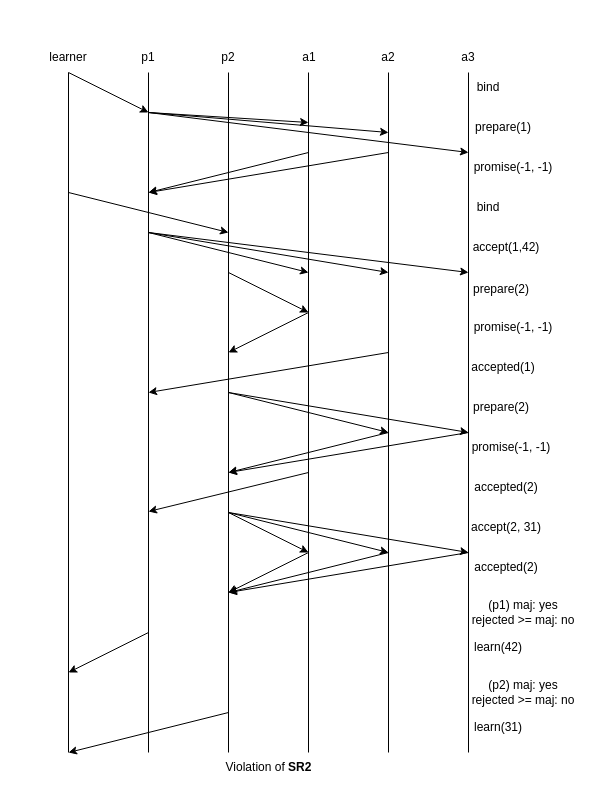
This is designDocs/paxos_1.drawio from matt-neave/verificationAwareElixir, a draw.io file, before an edit. Source tidied: cells renumbered, new cells numbered last; positions are measured from the earlier drawing's top-left corner, leaving out a move shared by most shapes. Both pictures are drawn from the tidied source at 100%, with x=0, y=0 at pixel (38, 42).
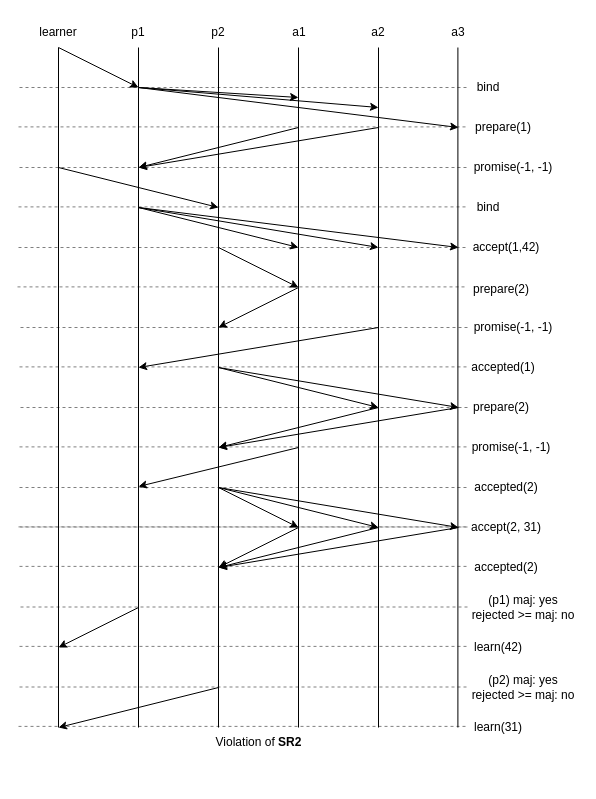
The same page after the edit.

The change refers to these unchanged cells:
```xml
<mxCell id="32" value="promise(-1, -1)" style="text;html=1;align=center;verticalAlign=middle;whiteSpace=wrap;rounded=0;" parent="1" vertex="1">
  <mxGeometry x="430" y="390" width="86" height="30" as="geometry" />
</mxCell>
```

The edit, as a diff of the source:
```diff
@@
     <mxCell id="2" style="endArrow=none;html=1;rounded=0;" parent="1" edge="1">
       <mxGeometry relative="1" as="geometry">
-        <mxPoint x="110" y="710" as="sourcePoint" />
-        <mxPoint x="110" y="30" as="targetPoint" />
+        <mxPoint x="100" y="685" as="sourcePoint" />
+        <mxPoint x="100" y="5" as="targetPoint" />
       </mxGeometry>
     </mxCell>
     <mxCell id="3" value="p1" style="text;html=1;align=center;verticalAlign=middle;whiteSpace=wrap;rounded=0;" parent="1" vertex="1">
-      <mxGeometry x="80" width="60" height="30" as="geometry" />
+      <mxGeometry x="70" y="-25" width="60" height="30" as="geometry" />
     </mxCell>
     <mxCell id="4" style="endArrow=none;html=1;rounded=0;" parent="1" edge="1">
       <mxGeometry relative="1" as="geometry">
-        <mxPoint x="190" y="710" as="sourcePoint" />
-        <mxPoint x="190" y="30" as="targetPoint" />
+        <mxPoint x="180" y="685" as="sourcePoint" />
+        <mxPoint x="180" y="5" as="targetPoint" />
       </mxGeometry>
     </mxCell>
     <mxCell id="5" value="p2" style="text;html=1;align=center;verticalAlign=middle;whiteSpace=wrap;rounded=0;" parent="1" vertex="1">
-      <mxGeometry x="160" width="60" height="30" as="geometry" />
+      <mxGeometry x="150" y="-25" width="60" height="30" as="geometry" />
     </mxCell>
     <mxCell id="6" style="endArrow=none;html=1;rounded=0;" parent="1" edge="1">
       <mxGeometry relative="1" as="geometry">
-        <mxPoint x="270" y="710" as="sourcePoint" />
-        <mxPoint x="270" y="30" as="targetPoint" />
+        <mxPoint x="260" y="685" as="sourcePoint" />
+        <mxPoint x="260" y="5" as="targetPoint" />
       </mxGeometry>
     </mxCell>
     <mxCell id="7" value="a1" style="text;html=1;align=center;verticalAlign=middle;whiteSpace=wrap;rounded=0;" parent="1" vertex="1">
-      <mxGeometry x="241" width="60" height="30" as="geometry" />
+      <mxGeometry x="231" y="-25" width="60" height="30" as="geometry" />
     </mxCell>
     <mxCell id="8" style="endArrow=none;html=1;rounded=0;" parent="1" edge="1">
       <mxGeometry relative="1" as="geometry">
-        <mxPoint x="350" y="710" as="sourcePoint" />
-        <mxPoint x="350" y="30" as="targetPoint" />
+        <mxPoint x="340" y="685" as="sourcePoint" />
+        <mxPoint x="340" y="5" as="targetPoint" />
       </mxGeometry>
     </mxCell>
     <mxCell id="9" value="a2" style="text;html=1;align=center;verticalAlign=middle;whiteSpace=wrap;rounded=0;" parent="1" vertex="1">
-      <mxGeometry x="320" width="60" height="30" as="geometry" />
+      <mxGeometry x="310" y="-25" width="60" height="30" as="geometry" />
     </mxCell>
-    <mxCell id="10" style="endArrow=none;html=1;rounded=0;" parent="1" edge="1">
-      <mxGeometry relative="1" as="geometry">
-        <mxPoint x="430" y="710" as="sourcePoint" />
-        <mxPoint x="430" y="30" as="targetPoint" />
-      </mxGeometry>
-    </mxCell>
     <mxCell id="11" value="a3" style="text;html=1;align=center;verticalAlign=middle;whiteSpace=wrap;rounded=0;" parent="1" vertex="1">
-      <mxGeometry x="400" width="60" height="30" as="geometry" />
+      <mxGeometry x="390" y="-25" width="60" height="30" as="geometry" />
     </mxCell>
     <mxCell id="12" style="endArrow=none;html=1;rounded=0;" parent="1" edge="1">
       <mxGeometry relative="1" as="geometry">
-        <mxPoint x="30" y="710" as="sourcePoint" />
-        <mxPoint x="30" y="30" as="targetPoint" />
+        <mxPoint x="20" y="685" as="sourcePoint" />
+        <mxPoint x="20" y="5" as="targetPoint" />
       </mxGeometry>
     </mxCell>
     <mxCell id="13" value="learner" style="text;html=1;align=center;verticalAlign=middle;whiteSpace=wrap;rounded=0;" parent="1" vertex="1">
-      <mxGeometry width="60" height="30" as="geometry" />
+      <mxGeometry x="-10" y="-25" width="60" height="30" as="geometry" />
     </mxCell>
     <mxCell id="14" style="endArrow=classic;html=1;rounded=0;exitX=0.5;exitY=1;exitDx=0;exitDy=0;" parent="1" edge="1" source="13">
       <mxGeometry relative="1" as="geometry">
-        <mxPoint x="110" y="70" as="targetPoint" />
+        <mxPoint x="100" y="45" as="targetPoint" />
       </mxGeometry>
     </mxCell>
@@
     <mxCell id="16" style="endArrow=classic;html=1;rounded=0;" parent="1" edge="1">
       <mxGeometry relative="1" as="geometry">
-        <mxPoint x="110" y="70" as="sourcePoint" />
-        <mxPoint x="270" y="80" as="targetPoint" />
+        <mxPoint x="100" y="45" as="sourcePoint" />
+        <mxPoint x="260" y="55" as="targetPoint" />
       </mxGeometry>
     </mxCell>
     <mxCell id="17" style="endArrow=classic;html=1;rounded=0;" parent="1" edge="1">
       <mxGeometry relative="1" as="geometry">
-        <mxPoint x="110" y="70" as="sourcePoint" />
-        <mxPoint x="350" y="90" as="targetPoint" />
+        <mxPoint x="100" y="45" as="sourcePoint" />
+        <mxPoint x="340" y="65" as="targetPoint" />
       </mxGeometry>
     </mxCell>
     <mxCell id="18" style="endArrow=classic;html=1;rounded=0;" parent="1" edge="1">
       <mxGeometry relative="1" as="geometry">
-        <mxPoint x="110" y="70" as="sourcePoint" />
-        <mxPoint x="430" y="110" as="targetPoint" />
+        <mxPoint x="100" y="45" as="sourcePoint" />
+        <mxPoint x="420" y="85" as="targetPoint" />
       </mxGeometry>
     </mxCell>
@@
     <mxCell id="20" style="endArrow=classic;html=1;rounded=0;" parent="1" edge="1">
       <mxGeometry relative="1" as="geometry">
-        <mxPoint x="270" y="110" as="sourcePoint" />
-        <mxPoint x="110" y="150" as="targetPoint" />
+        <mxPoint x="260" y="85" as="sourcePoint" />
+        <mxPoint x="100" y="125" as="targetPoint" />
       </mxGeometry>
     </mxCell>
@@
     <mxCell id="22" style="endArrow=classic;html=1;rounded=0;" parent="1" edge="1">
       <mxGeometry relative="1" as="geometry">
-        <mxPoint x="350" y="110" as="sourcePoint" />
-        <mxPoint x="110" y="150" as="targetPoint" />
+        <mxPoint x="340" y="85" as="sourcePoint" />
+        <mxPoint x="100" y="125" as="targetPoint" />
       </mxGeometry>
     </mxCell>
     <mxCell id="23" style="endArrow=classic;html=1;rounded=0;" parent="1" edge="1">
       <mxGeometry relative="1" as="geometry">
-        <mxPoint x="30" y="150" as="sourcePoint" />
-        <mxPoint x="190" y="190" as="targetPoint" />
+        <mxPoint x="20" y="125" as="sourcePoint" />
+        <mxPoint x="180" y="165" as="targetPoint" />
       </mxGeometry>
     </mxCell>
@@
     <mxCell id="25" style="endArrow=classic;html=1;rounded=0;" parent="1" edge="1">
       <mxGeometry relative="1" as="geometry">
-        <mxPoint x="190" y="230" as="sourcePoint" />
-        <mxPoint x="270" y="270" as="targetPoint" />
+        <mxPoint x="180" y="205" as="sourcePoint" />
+        <mxPoint x="260" y="245" as="targetPoint" />
       </mxGeometry>
     </mxCell>
     <mxCell id="26" style="endArrow=classic;html=1;rounded=0;" parent="1" edge="1">
       <mxGeometry relative="1" as="geometry">
-        <mxPoint x="270" y="270" as="sourcePoint" />
-        <mxPoint x="190" y="310" as="targetPoint" />
+        <mxPoint x="260" y="245" as="sourcePoint" />
+        <mxPoint x="180" y="285" as="targetPoint" />
       </mxGeometry>
     </mxCell>
     <mxCell id="27" style="endArrow=classic;html=1;rounded=0;" parent="1" edge="1">
       <mxGeometry relative="1" as="geometry">
-        <mxPoint x="350" y="310" as="sourcePoint" />
-        <mxPoint x="110" y="350" as="targetPoint" />
+        <mxPoint x="340" y="285" as="sourcePoint" />
+        <mxPoint x="100" y="325" as="targetPoint" />
       </mxGeometry>
     </mxCell>
@@
     <mxCell id="31" style="endArrow=classic;html=1;rounded=0;" parent="1" edge="1">
       <mxGeometry relative="1" as="geometry">
-        <mxPoint x="350" y="390" as="sourcePoint" />
-        <mxPoint x="190" y="430" as="targetPoint" />
+        <mxPoint x="340" y="365" as="sourcePoint" />
+        <mxPoint x="180" y="405" as="targetPoint" />
       </mxGeometry>
     </mxCell>
@@
     <mxCell id="33" style="endArrow=classic;html=1;rounded=0;" parent="1" edge="1">
       <mxGeometry relative="1" as="geometry">
-        <mxPoint x="430" y="390" as="sourcePoint" />
-        <mxPoint x="190" y="430" as="targetPoint" />
+        <mxPoint x="420" y="365" as="sourcePoint" />
+        <mxPoint x="180" y="405" as="targetPoint" />
       </mxGeometry>
     </mxCell>
     <mxCell id="34" style="endArrow=classic;html=1;rounded=0;" parent="1" edge="1">
       <mxGeometry relative="1" as="geometry">
-        <mxPoint x="270" y="430" as="sourcePoint" />
-        <mxPoint x="110" y="469" as="targetPoint" />
+        <mxPoint x="260" y="405" as="sourcePoint" />
+        <mxPoint x="100" y="444" as="targetPoint" />
       </mxGeometry>
     </mxCell>
@@
     <mxCell id="36" style="endArrow=classic;html=1;rounded=0;" parent="1" edge="1">
       <mxGeometry relative="1" as="geometry">
-        <mxPoint x="270" y="510" as="sourcePoint" />
-        <mxPoint x="190" y="550" as="targetPoint" />
+        <mxPoint x="260" y="485" as="sourcePoint" />
+        <mxPoint x="180" y="525" as="targetPoint" />
       </mxGeometry>
     </mxCell>
     <mxCell id="37" style="endArrow=classic;html=1;rounded=0;" parent="1" edge="1">
       <mxGeometry relative="1" as="geometry">
-        <mxPoint x="350" y="510" as="sourcePoint" />
-        <mxPoint x="190" y="550" as="targetPoint" />
+        <mxPoint x="340" y="485" as="sourcePoint" />
+        <mxPoint x="180" y="525" as="targetPoint" />
       </mxGeometry>
     </mxCell>
     <mxCell id="38" style="endArrow=classic;html=1;rounded=0;" parent="1" edge="1">
       <mxGeometry relative="1" as="geometry">
-        <mxPoint x="430" y="510" as="sourcePoint" />
-        <mxPoint x="190" y="550" as="targetPoint" />
+        <mxPoint x="420" y="485" as="sourcePoint" />
+        <mxPoint x="180" y="525" as="targetPoint" />
       </mxGeometry>
     </mxCell>
@@
     <mxCell id="40" style="endArrow=classic;html=1;rounded=0;" parent="1" edge="1">
       <mxGeometry relative="1" as="geometry">
-        <mxPoint x="110" y="590" as="sourcePoint" />
-        <mxPoint x="30" y="630" as="targetPoint" />
+        <mxPoint x="100" y="565" as="sourcePoint" />
+        <mxPoint x="20" y="605" as="targetPoint" />
       </mxGeometry>
     </mxCell>
     <mxCell id="41" style="endArrow=classic;html=1;rounded=0;" parent="1" edge="1">
       <mxGeometry relative="1" as="geometry">
-        <mxPoint x="190" y="670" as="sourcePoint" />
-        <mxPoint x="30" y="710" as="targetPoint" />
+        <mxPoint x="180" y="645" as="sourcePoint" />
+        <mxPoint x="20" y="685" as="targetPoint" />
       </mxGeometry>
     </mxCell>
@@
     <mxCell id="44" value="(p1) maj: yes&lt;div&gt;rejected &amp;gt;= maj: no&lt;/div&gt;" style="text;html=1;align=center;verticalAlign=middle;whiteSpace=wrap;rounded=0;" parent="1" vertex="1">
-      <mxGeometry x="430" y="550" width="110" height="40" as="geometry" />
+      <mxGeometry x="430" y="545" width="110" height="40" as="geometry" />
     </mxCell>
     <mxCell id="45" value="(p2) maj: yes&lt;div&gt;rejected &amp;gt;= maj: no&lt;/div&gt;" style="text;html=1;align=center;verticalAlign=middle;whiteSpace=wrap;rounded=0;" parent="1" vertex="1">
-      <mxGeometry x="430" y="630" width="110" height="40" as="geometry" />
+      <mxGeometry x="430" y="625" width="110" height="40" as="geometry" />
     </mxCell>
     <mxCell id="46" value="Violation of &lt;b&gt;SR2&lt;/b&gt;" style="text;html=1;align=center;verticalAlign=middle;whiteSpace=wrap;rounded=0;" parent="1" vertex="1">
-      <mxGeometry x="160" y="710" width="141" height="30" as="geometry" />
+      <mxGeometry x="150" y="685" width="141" height="30" as="geometry" />
     </mxCell>
     <mxCell id="47" style="endArrow=classic;html=1;rounded=0;" parent="1" edge="1">
       <mxGeometry relative="1" as="geometry">
-        <mxPoint x="190" y="470" as="sourcePoint" />
-        <mxPoint x="270" y="510" as="targetPoint" />
+        <mxPoint x="180" y="445" as="sourcePoint" />
+        <mxPoint x="260" y="485" as="targetPoint" />
       </mxGeometry>
     </mxCell>
     <mxCell id="48" style="endArrow=classic;html=1;rounded=0;" parent="1" edge="1">
       <mxGeometry relative="1" as="geometry">
-        <mxPoint x="190" y="470" as="sourcePoint" />
-        <mxPoint x="350" y="510" as="targetPoint" />
+        <mxPoint x="180" y="445" as="sourcePoint" />
+        <mxPoint x="340" y="485" as="targetPoint" />
       </mxGeometry>
     </mxCell>
     <mxCell id="49" style="endArrow=classic;html=1;rounded=0;" parent="1" edge="1">
       <mxGeometry relative="1" as="geometry">
-        <mxPoint x="190" y="470" as="sourcePoint" />
-        <mxPoint x="430" y="510" as="targetPoint" />
+        <mxPoint x="180" y="445" as="sourcePoint" />
+        <mxPoint x="420" y="485" as="targetPoint" />
       </mxGeometry>
     </mxCell>
     <mxCell id="50" style="endArrow=classic;html=1;rounded=0;" parent="1" edge="1">
       <mxGeometry relative="1" as="geometry">
-        <mxPoint x="110" y="190" as="sourcePoint" />
-        <mxPoint x="270" y="230" as="targetPoint" />
+        <mxPoint x="100" y="165" as="sourcePoint" />
+        <mxPoint x="260" y="205" as="targetPoint" />
       </mxGeometry>
     </mxCell>
     <mxCell id="51" style="endArrow=classic;html=1;rounded=0;" parent="1" edge="1">
       <mxGeometry relative="1" as="geometry">
-        <mxPoint x="110" y="190" as="sourcePoint" />
-        <mxPoint x="350" y="230" as="targetPoint" />
+        <mxPoint x="100" y="165" as="sourcePoint" />
+        <mxPoint x="340" y="205" as="targetPoint" />
       </mxGeometry>
     </mxCell>
     <mxCell id="52" style="endArrow=classic;html=1;rounded=0;" parent="1" edge="1">
       <mxGeometry relative="1" as="geometry">
-        <mxPoint x="110" y="190" as="sourcePoint" />
-        <mxPoint x="430" y="230" as="targetPoint" />
+        <mxPoint x="100" y="165" as="sourcePoint" />
+        <mxPoint x="420" y="205" as="targetPoint" />
       </mxGeometry>
     </mxCell>
@@
     <mxCell id="55" style="endArrow=classic;html=1;rounded=0;" parent="1" edge="1">
       <mxGeometry relative="1" as="geometry">
-        <mxPoint x="190" y="350" as="sourcePoint" />
-        <mxPoint x="350" y="390" as="targetPoint" />
+        <mxPoint x="180" y="325" as="sourcePoint" />
+        <mxPoint x="340" y="365" as="targetPoint" />
       </mxGeometry>
     </mxCell>
-    <mxCell id="56" style="endArrow=classic;html=1;rounded=0;entryX=0;entryY=0;entryDx=0;entryDy=0;" parent="1" edge="1" target="32">
+    <mxCell id="56" style="endArrow=classic;html=1;rounded=0;" parent="1" edge="1">
       <mxGeometry relative="1" as="geometry">
-        <mxPoint x="190" y="350" as="sourcePoint" />
+        <mxPoint x="180" y="325" as="sourcePoint" />
+        <mxPoint x="420" y="365" as="targetPoint" />
       </mxGeometry>
     </mxCell>
@@
+    <mxCell id="58" style="endArrow=none;dashed=1;html=1;rounded=0;opacity=50;" parent="1" edge="1">
+      <mxGeometry relative="1" as="geometry">
+        <mxPoint x="-19" y="45" as="sourcePoint" />
+        <mxPoint x="431" y="45" as="targetPoint" />
+      </mxGeometry>
+    </mxCell>
+    <mxCell id="59" style="endArrow=none;html=1;rounded=0;" parent="1" edge="1">
+      <mxGeometry relative="1" as="geometry">
+        <mxPoint x="419.4" y="685" as="sourcePoint" />
+        <mxPoint x="419.4" y="5" as="targetPoint" />
+      </mxGeometry>
+    </mxCell>
+    <mxCell id="60" style="endArrow=none;dashed=1;html=1;rounded=0;opacity=50;" parent="1" edge="1">
+      <mxGeometry relative="1" as="geometry">
+        <mxPoint x="-20" y="84.4" as="sourcePoint" />
+        <mxPoint x="430" y="84.4" as="targetPoint" />
+      </mxGeometry>
+    </mxCell>
+    <mxCell id="61" style="endArrow=none;dashed=1;html=1;rounded=0;opacity=50;" parent="1" edge="1">
+      <mxGeometry relative="1" as="geometry">
+        <mxPoint x="-19" y="125" as="sourcePoint" />
+        <mxPoint x="431" y="125" as="targetPoint" />
+      </mxGeometry>
+    </mxCell>
+    <mxCell id="62" style="endArrow=none;dashed=1;html=1;rounded=0;opacity=50;" parent="1" edge="1">
+      <mxGeometry relative="1" as="geometry">
+        <mxPoint x="-20" y="164.4" as="sourcePoint" />
+        <mxPoint x="430" y="164.4" as="targetPoint" />
+      </mxGeometry>
+    </mxCell>
+    <mxCell id="63" style="endArrow=none;dashed=1;html=1;rounded=0;opacity=50;" parent="1" edge="1">
+      <mxGeometry relative="1" as="geometry">
+        <mxPoint x="-20" y="205" as="sourcePoint" />
+        <mxPoint x="430" y="205" as="targetPoint" />
+      </mxGeometry>
+    </mxCell>
+    <mxCell id="64" style="endArrow=none;dashed=1;html=1;rounded=0;opacity=50;" parent="1" edge="1">
+      <mxGeometry relative="1" as="geometry">
+        <mxPoint x="-21" y="244.4" as="sourcePoint" />
+        <mxPoint x="429" y="244.4" as="targetPoint" />
+      </mxGeometry>
+    </mxCell>
+    <mxCell id="65" style="endArrow=none;dashed=1;html=1;rounded=0;opacity=50;" parent="1" edge="1">
+      <mxGeometry relative="1" as="geometry">
+        <mxPoint x="-18" y="285" as="sourcePoint" />
+        <mxPoint x="432" y="285" as="targetPoint" />
+      </mxGeometry>
+    </mxCell>
+    <mxCell id="66" style="endArrow=none;dashed=1;html=1;rounded=0;opacity=50;" parent="1" edge="1">
+      <mxGeometry relative="1" as="geometry">
+        <mxPoint x="-19" y="324.4" as="sourcePoint" />
+        <mxPoint x="431" y="324.4" as="targetPoint" />
+      </mxGeometry>
+    </mxCell>
+    <mxCell id="67" style="endArrow=none;dashed=1;html=1;rounded=0;opacity=50;" parent="1" edge="1">
+      <mxGeometry relative="1" as="geometry">
+        <mxPoint x="-18" y="365" as="sourcePoint" />
+        <mxPoint x="432" y="365" as="targetPoint" />
+      </mxGeometry>
+    </mxCell>
+    <mxCell id="68" style="endArrow=none;dashed=1;html=1;rounded=0;opacity=50;" parent="1" edge="1">
+      <mxGeometry relative="1" as="geometry">
+        <mxPoint x="-19" y="404.4" as="sourcePoint" />
+        <mxPoint x="431" y="404.4" as="targetPoint" />
+      </mxGeometry>
+    </mxCell>
+    <mxCell id="69" style="endArrow=none;dashed=1;html=1;rounded=0;opacity=50;" parent="1" edge="1">
+      <mxGeometry relative="1" as="geometry">
+        <mxPoint x="-19" y="445" as="sourcePoint" />
+        <mxPoint x="431" y="445" as="targetPoint" />
+      </mxGeometry>
+    </mxCell>
+    <mxCell id="70" style="endArrow=none;dashed=1;html=1;rounded=0;opacity=50;" parent="1" edge="1">
+      <mxGeometry relative="1" as="geometry">
+        <mxPoint x="-20" y="484.4" as="sourcePoint" />
+        <mxPoint x="430" y="484.4" as="targetPoint" />
+      </mxGeometry>
+    </mxCell>
+    <mxCell id="71" style="endArrow=none;dashed=1;html=1;rounded=0;opacity=50;" parent="1" edge="1">
+      <mxGeometry relative="1" as="geometry">
+        <mxPoint x="-18" y="484.5" as="sourcePoint" />
+        <mxPoint x="432" y="484.5" as="targetPoint" />
+      </mxGeometry>
+    </mxCell>
+    <mxCell id="72" style="endArrow=none;dashed=1;html=1;rounded=0;opacity=50;" parent="1" edge="1">
+      <mxGeometry relative="1" as="geometry">
+        <mxPoint x="-19" y="523.9" as="sourcePoint" />
+        <mxPoint x="431" y="523.9" as="targetPoint" />
+      </mxGeometry>
+    </mxCell>
+    <mxCell id="73" style="endArrow=none;dashed=1;html=1;rounded=0;opacity=50;" parent="1" edge="1">
+      <mxGeometry relative="1" as="geometry">
+        <mxPoint x="-18" y="564.5" as="sourcePoint" />
+        <mxPoint x="432" y="564.5" as="targetPoint" />
+      </mxGeometry>
+    </mxCell>
+    <mxCell id="74" style="endArrow=none;dashed=1;html=1;rounded=0;opacity=50;" parent="1" edge="1">
+      <mxGeometry relative="1" as="geometry">
+        <mxPoint x="-19" y="603.9" as="sourcePoint" />
+        <mxPoint x="431" y="603.9" as="targetPoint" />
+      </mxGeometry>
+    </mxCell>
+    <mxCell id="75" style="endArrow=none;dashed=1;html=1;rounded=0;opacity=50;" parent="1" edge="1">
+      <mxGeometry relative="1" as="geometry">
+        <mxPoint x="-19" y="644.5" as="sourcePoint" />
+        <mxPoint x="431" y="644.5" as="targetPoint" />
+      </mxGeometry>
+    </mxCell>
+    <mxCell id="76" style="endArrow=none;dashed=1;html=1;rounded=0;opacity=50;" parent="1" edge="1">
+      <mxGeometry relative="1" as="geometry">
+        <mxPoint x="-20" y="683.9" as="sourcePoint" />
+        <mxPoint x="430" y="683.9" as="targetPoint" />
+      </mxGeometry>
+    </mxCell>
```
